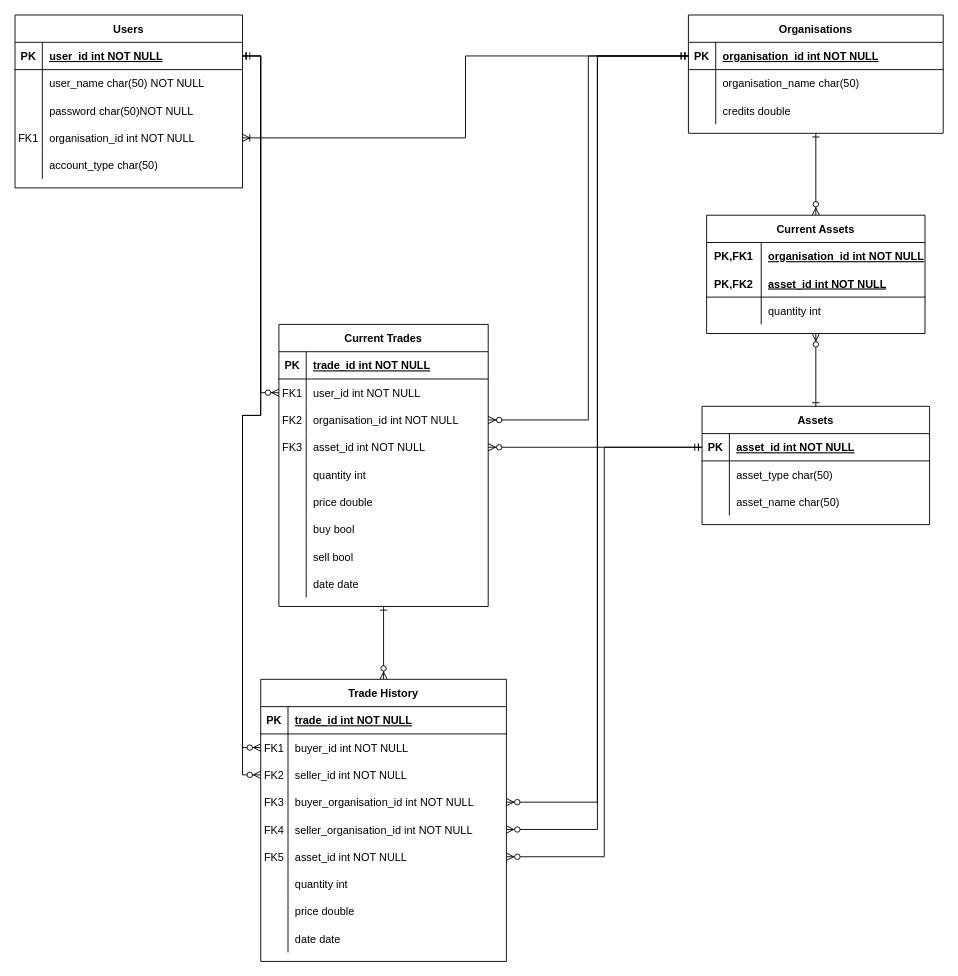
The draw.io diagram DatabaseDiagram.drawio in Coppertine/CAB302-Assignment, before the edit. Source tidied: cells renumbered, new cells numbered last; positions are measured from the earlier drawing's top-left corner, leaving out a move shared by most shapes. Both pictures are drawn from the tidied source at 91%, with x=0, y=0 at pixel (15, 15).
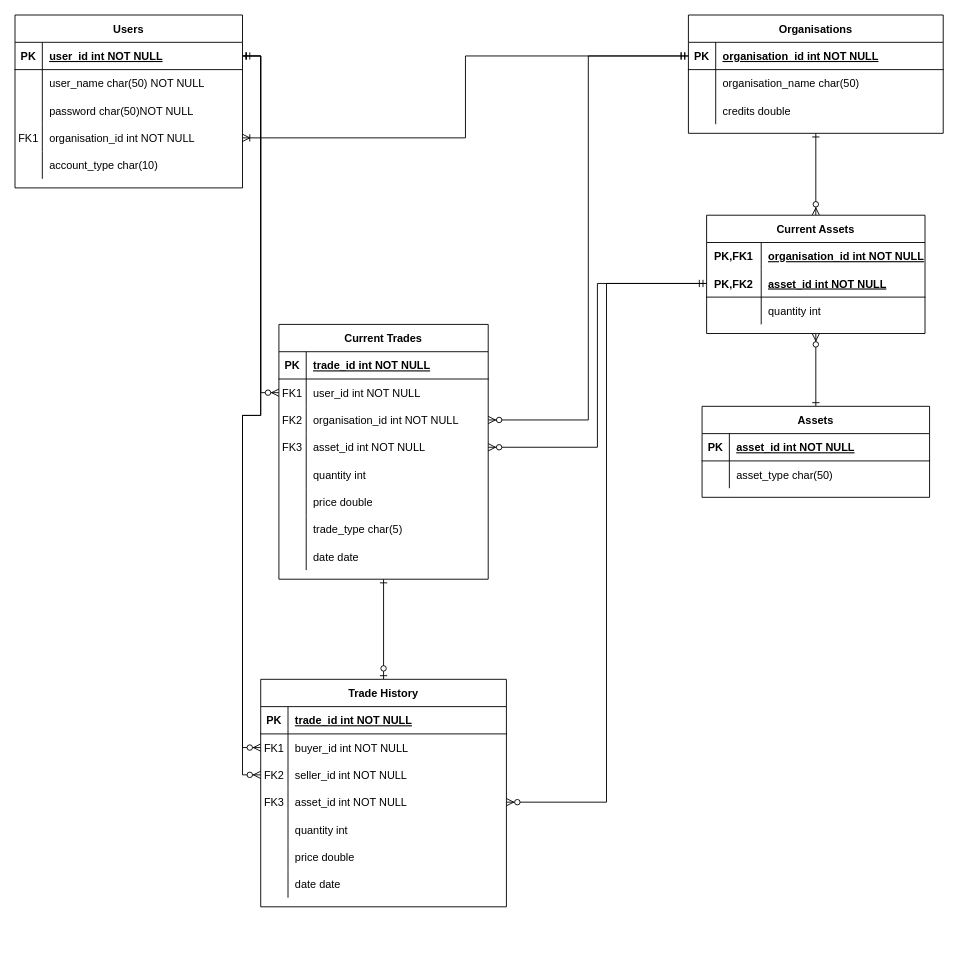
Above is the later version.

The change refers to these unchanged cells:
```xml
<mxCell id="5" style="shape=partialRectangle;fillColor=none;points=[[0,0.5],[1,0.5]];portConstraint=eastwest;top=0;left=0;right=0;bottom=1;" parent="4" vertex="1">
  <mxGeometry y="30" width="280" height="30" as="geometry" />
</mxCell>
<mxCell id="16" style="shape=partialRectangle;fillColor=none;points=[[0,0.5],[1,0.5]];portConstraint=eastwest;top=0;left=0;right=0;bottom=1;" parent="15" vertex="1">
  <mxGeometry y="30" width="250" height="30" as="geometry" />
</mxCell>
<mxCell id="38" style="shape=partialRectangle;fillColor=none;top=0;left=0;right=0;bottom=0;" parent="25" vertex="1">
  <mxGeometry y="150" width="250" height="30" as="geometry" />
</mxCell>
<mxCell id="54" style="shape=partialRectangle;fillColor=none;top=0;left=0;bottom=0;right=0;points=[[0,0.5],[1,0.5]];portConstraint=eastwest;" parent="44" vertex="1">
  <mxGeometry y="120" width="230" height="30" as="geometry" />
</mxCell>
<mxCell id="105" style="shape=partialRectangle;fillColor=none;top=0;left=0;bottom=1;right=0;points=[[0,0.5],[1,0.5]];portConstraint=eastwest;" parent="101" vertex="1">
  <mxGeometry y="60" width="240" height="30" as="geometry" />
</mxCell>
```

Change to the diagram source:
```diff
@@
     <mxCell id="15" value="Assets" style="shape=table;startSize=30;childLayout=tableLayout;rowLines=0;fontStyle=1;align=center;" parent="1" vertex="1">
-      <mxGeometry x="755" y="430" width="250" height="130" as="geometry" />
+      <mxGeometry x="755" y="430" width="250" height="100" as="geometry" />
     </mxCell>
@@
-    <mxCell id="22" style="shape=partialRectangle;fillColor=none;top=0;left=0;right=0;bottom=0;" parent="15" vertex="1">
-      <mxGeometry y="90" width="250" height="30" as="geometry" />
-    </mxCell>
-    <mxCell id="23" style="shape=partialRectangle;overflow=hidden;fillColor=none;top=0;left=0;bottom=0;right=0;" parent="22" vertex="1">
-      <mxGeometry width="30" height="30" as="geometry" />
-    </mxCell>
-    <mxCell id="24" value="asset_name char(50)" style="shape=partialRectangle;overflow=hidden;fillColor=none;top=0;left=0;bottom=0;right=0;align=left;spacingLeft=6;" parent="22" vertex="1">
-      <mxGeometry x="30" width="220" height="30" as="geometry" />
-    </mxCell>
@@
-    <mxCell id="40" value="account_type char(50)" style="shape=partialRectangle;overflow=hidden;fillColor=none;top=0;left=0;bottom=0;right=0;align=left;spacingLeft=6;" parent="38" vertex="1">
+    <mxCell id="40" value="account_type char(10)" style="shape=partialRectangle;overflow=hidden;fillColor=none;top=0;left=0;bottom=0;right=0;align=left;spacingLeft=6;" parent="38" vertex="1">
       <mxGeometry x="30" width="220" height="30" as="geometry" />
     </mxCell>
-    <mxCell id="41" style="edgeStyle=orthogonalEdgeStyle;rounded=0;jettySize=auto;html=1;entryX=0;entryY=0.5;entryDx=0;entryDy=0;startArrow=ERzeroToMany;startFill=1;endArrow=ERmandOne;endFill=0;exitX=1;exitY=0.5;exitDx=0;exitDy=0;" parent="1" edge="1" source="54" target="16">
+    <mxCell id="41" style="edgeStyle=orthogonalEdgeStyle;rounded=0;jettySize=auto;html=1;entryX=0;entryY=0.5;entryDx=0;entryDy=0;startArrow=ERzeroToMany;startFill=1;endArrow=ERmandOne;endFill=0;exitX=1;exitY=0.5;exitDx=0;exitDy=0;" parent="1" edge="1" source="54" target="105">
       <mxGeometry relative="1" as="geometry" />
     </mxCell>
@@
-    <mxCell id="43" style="edgeStyle=orthogonalEdgeStyle;rounded=0;jettySize=auto;html=1;exitX=0.5;exitY=1;exitDx=0;exitDy=0;entryX=0.5;entryY=0;entryDx=0;entryDy=0;startArrow=ERone;startFill=0;endArrow=ERzeroToMany;endFill=1;" parent="1" edge="1" source="44" target="73">
+    <mxCell id="43" style="edgeStyle=orthogonalEdgeStyle;rounded=0;jettySize=auto;html=1;entryX=0.5;entryY=0;entryDx=0;entryDy=0;endArrow=ERzeroToOne;endFill=1;startArrow=ERone;startFill=0;" parent="1" edge="1" source="44" target="73">
       <mxGeometry relative="1" as="geometry" />
     </mxCell>
     <mxCell id="44" value="Current Trades" style="shape=table;startSize=30;childLayout=tableLayout;rowLines=0;fontStyle=1;align=center;" parent="1" vertex="1">
-      <mxGeometry x="290" y="340" width="230" height="310" as="geometry" />
+      <mxGeometry x="290" y="340" width="230" height="280" as="geometry" />
     </mxCell>
@@
-    <mxCell id="63" style="shape=partialRectangle;fillColor=none;top=0;left=0;bottom=0;right=0;" parent="44" vertex="1">
-      <mxGeometry y="210" width="230" height="30" as="geometry" />
-    </mxCell>
-    <mxCell id="64" style="shape=partialRectangle;fillColor=none;top=0;left=0;bottom=0;right=0;overflow=hidden;" parent="63" vertex="1">
-      <mxGeometry width="30" height="30" as="geometry" />
-    </mxCell>
-    <mxCell id="65" value="buy bool" style="shape=partialRectangle;fillColor=none;top=0;left=0;bottom=0;right=0;align=left;spacingLeft=6;overflow=hidden;" parent="63" vertex="1">
-      <mxGeometry x="30" width="200" height="30" as="geometry" />
-    </mxCell>
     <mxCell id="66" style="shape=partialRectangle;fillColor=none;top=0;left=0;bottom=0;right=0;" parent="44" vertex="1">
-      <mxGeometry y="240" width="230" height="30" as="geometry" />
+      <mxGeometry y="210" width="230" height="30" as="geometry" />
     </mxCell>
@@
-    <mxCell id="68" value="sell bool" style="shape=partialRectangle;fillColor=none;top=0;left=0;bottom=0;right=0;align=left;spacingLeft=6;overflow=hidden;" parent="66" vertex="1">
+    <mxCell id="68" value="trade_type char(5)" style="shape=partialRectangle;fillColor=none;top=0;left=0;bottom=0;right=0;align=left;spacingLeft=6;overflow=hidden;" parent="66" vertex="1">
       <mxGeometry x="30" width="200" height="30" as="geometry" />
     </mxCell>
     <mxCell id="69" style="shape=partialRectangle;fillColor=none;top=0;left=0;bottom=0;right=0;" parent="44" vertex="1">
-      <mxGeometry y="270" width="230" height="30" as="geometry" />
+      <mxGeometry y="240" width="230" height="30" as="geometry" />
     </mxCell>
@@
     <mxCell id="73" value="Trade History" style="shape=table;startSize=30;childLayout=tableLayout;rowLines=0;fontStyle=1;align=center;" parent="1" vertex="1">
-      <mxGeometry x="270" y="730" width="270" height="310" as="geometry" />
+      <mxGeometry x="270" y="730" width="270" height="250" as="geometry" />
     </mxCell>
@@
-    <mxCell id="83" style="shape=partialRectangle;fillColor=none;top=0;left=0;bottom=0;right=0;points=[[0,0.5],[1,0.5]];portConstraint=eastwest;" parent="73" vertex="1">
-      <mxGeometry y="120" width="270" height="30" as="geometry" />
-    </mxCell>
-    <mxCell id="84" value="FK3" style="shape=partialRectangle;fillColor=none;top=0;left=0;bottom=0;right=0;overflow=hidden;" parent="83" vertex="1">
-      <mxGeometry width="30" height="30" as="geometry" />
-    </mxCell>
-    <mxCell id="85" value="buyer_organisation_id int NOT NULL" style="shape=partialRectangle;fillColor=none;top=0;left=0;bottom=0;right=0;align=left;spacingLeft=6;overflow=hidden;" parent="83" vertex="1">
-      <mxGeometry x="30" width="240" height="30" as="geometry" />
-    </mxCell>
-    <mxCell id="86" style="shape=partialRectangle;fillColor=none;top=0;left=0;bottom=0;right=0;points=[[0,0.5],[1,0.5]];portConstraint=eastwest;" parent="73" vertex="1">
-      <mxGeometry y="150" width="270" height="30" as="geometry" />
-    </mxCell>
-    <mxCell id="87" value="FK4" style="shape=partialRectangle;fillColor=none;top=0;left=0;bottom=0;right=0;overflow=hidden;" parent="86" vertex="1">
-      <mxGeometry width="30" height="30" as="geometry" />
-    </mxCell>
-    <mxCell id="88" value="seller_organisation_id int NOT NULL" style="shape=partialRectangle;fillColor=none;top=0;left=0;bottom=0;right=0;align=left;spacingLeft=6;overflow=hidden;" parent="86" vertex="1">
-      <mxGeometry x="30" width="240" height="30" as="geometry" />
-    </mxCell>
     <mxCell id="89" style="shape=partialRectangle;fillColor=none;top=0;left=0;bottom=0;right=0;points=[[0,0.5],[1,0.5]];portConstraint=eastwest;" parent="73" vertex="1">
-      <mxGeometry y="180" width="270" height="30" as="geometry" />
+      <mxGeometry y="120" width="270" height="30" as="geometry" />
     </mxCell>
-    <mxCell id="90" value="FK5" style="shape=partialRectangle;fillColor=none;top=0;left=0;bottom=0;right=0;overflow=hidden;" parent="89" vertex="1">
+    <mxCell id="90" value="FK3" style="shape=partialRectangle;fillColor=none;top=0;left=0;bottom=0;right=0;overflow=hidden;" parent="89" vertex="1">
       <mxGeometry width="30" height="30" as="geometry" />
     </mxCell>
@@
     <mxCell id="92" style="shape=partialRectangle;fillColor=none;top=0;left=0;bottom=0;right=0;" parent="73" vertex="1">
-      <mxGeometry y="210" width="270" height="30" as="geometry" />
+      <mxGeometry y="150" width="270" height="30" as="geometry" />
     </mxCell>
@@
     <mxCell id="95" style="shape=partialRectangle;fillColor=none;top=0;left=0;bottom=0;right=0;" parent="73" vertex="1">
-      <mxGeometry y="240" width="270" height="30" as="geometry" />
+      <mxGeometry y="180" width="270" height="30" as="geometry" />
     </mxCell>
@@
     <mxCell id="98" style="shape=partialRectangle;fillColor=none;top=0;left=0;bottom=0;right=0;" parent="73" vertex="1">
-      <mxGeometry y="270" width="270" height="30" as="geometry" />
+      <mxGeometry y="210" width="270" height="30" as="geometry" />
     </mxCell>
@@
-    <mxCell id="111" style="edgeStyle=orthogonalEdgeStyle;rounded=0;jettySize=auto;html=1;entryX=1;entryY=0.5;entryDx=0;entryDy=0;startArrow=ERone;startFill=0;endArrow=ERzeroToMany;endFill=1;" parent="1" edge="1" source="5" target="83">
+    <mxCell id="111" style="edgeStyle=orthogonalEdgeStyle;rounded=0;jettySize=auto;html=1;entryX=1;entryY=0.5;entryDx=0;entryDy=0;startArrow=ERone;startFill=0;endArrow=ERzeroToMany;endFill=1;" parent="1" edge="1" source="5">
       <mxGeometry relative="1" as="geometry" />
     </mxCell>
-    <mxCell id="112" style="edgeStyle=orthogonalEdgeStyle;rounded=0;jettySize=auto;html=1;entryX=1;entryY=0.5;entryDx=0;entryDy=0;startArrow=ERone;startFill=0;endArrow=ERzeroToMany;endFill=1;" parent="1" edge="1" source="5" target="86">
+    <mxCell id="112" style="edgeStyle=orthogonalEdgeStyle;rounded=0;jettySize=auto;html=1;entryX=1;entryY=0.5;entryDx=0;entryDy=0;startArrow=ERone;startFill=0;endArrow=ERzeroToMany;endFill=1;" parent="1" edge="1" source="5">
       <mxGeometry relative="1" as="geometry" />
     </mxCell>
@@
-    <mxCell id="115" style="edgeStyle=orthogonalEdgeStyle;rounded=0;jettySize=auto;html=1;entryX=1;entryY=0.5;entryDx=0;entryDy=0;startArrow=ERone;startFill=0;endArrow=ERzeroToMany;endFill=1;" parent="1" edge="1" source="16" target="89">
-      <mxGeometry relative="1" as="geometry" />
-    </mxCell>
+    <mxCell id="116" style="edgeStyle=orthogonalEdgeStyle;rounded=0;jettySize=auto;html=1;entryX=1;entryY=0.5;entryDx=0;entryDy=0;endArrow=ERzeroToMany;endFill=1;" parent="1" edge="1" source="105" target="89">
+      <mxGeometry relative="1" as="geometry" />
+    </mxCell>
```
